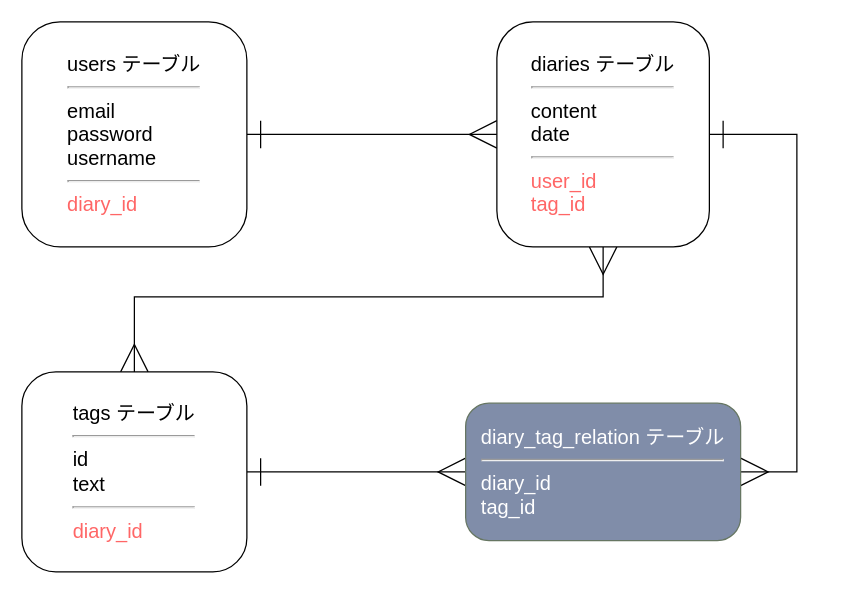
Earlier version of the draw.io diagram er.drawio (tysmmsy/one_line_a_day). Source tidied: cells renumbered, new cells numbered last; positions are measured from the earlier drawing's top-left corner, leaving out a move shared by most shapes. Both pictures are drawn from the tidied source at 125%, with x=0, y=0 at pixel (21, 21).
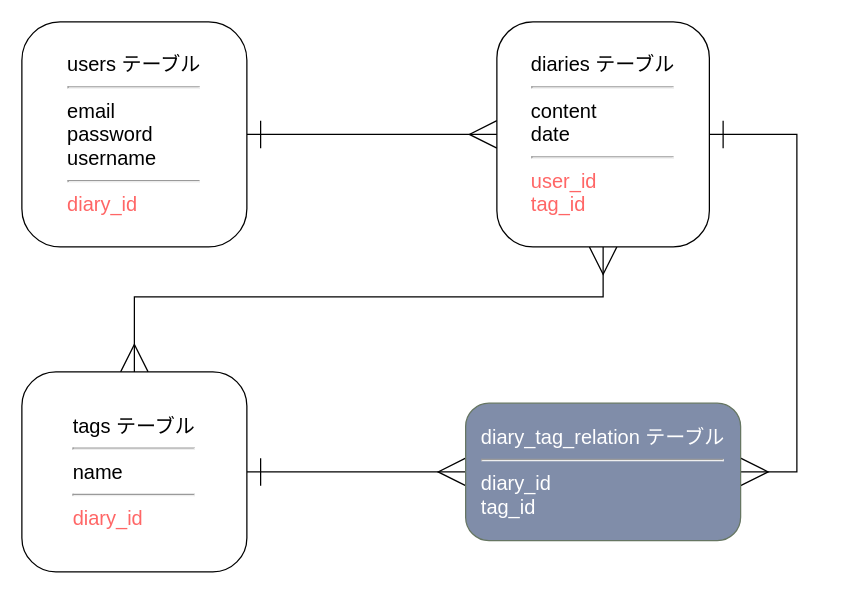
After the change.

Diff of the diagram source:
```diff
@@
 <mxGraphModel>
   <root>
     <mxCell id="0" />
     <mxCell id="1" parent="0" />
     <mxCell id="2" style="edgeStyle=orthogonalEdgeStyle;rounded=0;jettySize=auto;html=1;entryX=0;entryY=0.5;entryDx=0;entryDy=0;fontSize=16;endArrow=ERmany;endFill=0;endSize=20;startArrow=ERone;startFill=0;startSize=20;" parent="1" edge="1" source="3" target="6">
       <mxGeometry relative="1" as="geometry" />
     </mxCell>
     <mxCell id="3" value="&lt;div style=&quot;font-size: 16px&quot;&gt;&lt;span style=&quot;font-size: 16px&quot;&gt;users テーブル&lt;/span&gt;&lt;br style=&quot;font-size: 16px&quot;&gt;&lt;/div&gt;&lt;div style=&quot;font-size: 16px&quot;&gt;&lt;/div&gt;&lt;hr style=&quot;text-align: left&quot;&gt;&lt;div style=&quot;font-size: 16px&quot;&gt;&lt;div style=&quot;text-align: left ; font-size: 16px&quot;&gt;&lt;span style=&quot;font-size: 16px&quot;&gt;email&lt;/span&gt;&lt;/div&gt;&lt;span style=&quot;font-size: 16px&quot;&gt;&lt;div style=&quot;text-align: left ; font-size: 16px&quot;&gt;&lt;span style=&quot;font-size: 16px&quot;&gt;password&lt;/span&gt;&lt;/div&gt;&lt;/span&gt;&lt;span style=&quot;font-size: 16px&quot;&gt;&lt;div style=&quot;text-align: left ; font-size: 16px&quot;&gt;&lt;span style=&quot;font-size: 16px&quot;&gt;username&lt;/span&gt;&lt;/div&gt;&lt;div style=&quot;font-size: 16px&quot;&gt;&lt;hr style=&quot;text-align: left&quot;&gt;&lt;font color=&quot;#ff6666&quot;&gt;&lt;div style=&quot;text-align: left&quot;&gt;&lt;span&gt;diary_id&lt;/span&gt;&lt;/div&gt;&lt;/font&gt;&lt;/div&gt;&lt;/span&gt;&lt;/div&gt;" style="rounded=1;whiteSpace=wrap;html=1;arcSize=17;align=center;verticalAlign=middle;fontSize=16;" parent="1" vertex="1">
       <mxGeometry width="180" height="180" as="geometry" />
     </mxCell>
     <mxCell id="4" style="edgeStyle=orthogonalEdgeStyle;rounded=0;jettySize=auto;html=1;startArrow=ERone;startFill=0;startSize=20;endArrow=ERmany;endFill=0;endSize=20;targetPerimeterSpacing=0;strokeWidth=1;fontSize=16;entryX=1;entryY=0.5;entryDx=0;entryDy=0;" parent="1" edge="1" source="6" target="9">
       <mxGeometry relative="1" as="geometry">
         <Array as="points">
           <mxPoint x="620" y="90" />
           <mxPoint x="620" y="360" />
         </Array>
       </mxGeometry>
     </mxCell>
     <mxCell id="5" style="edgeStyle=orthogonalEdgeStyle;rounded=0;jettySize=auto;html=1;entryX=0.5;entryY=0;entryDx=0;entryDy=0;startArrow=ERmany;startFill=0;startSize=20;endArrow=ERmany;endFill=0;endSize=20;targetPerimeterSpacing=0;strokeWidth=1;fontSize=16;" parent="1" edge="1" source="6" target="8">
       <mxGeometry relative="1" as="geometry">
         <Array as="points">
           <mxPoint x="465" y="220" />
           <mxPoint x="90" y="220" />
         </Array>
       </mxGeometry>
     </mxCell>
     <mxCell id="6" value="&lt;div&gt;&lt;span&gt;diaries テーブル&lt;/span&gt;&lt;/div&gt;&lt;div&gt;&lt;hr style=&quot;text-align: left&quot;&gt;&lt;/div&gt;&lt;div style=&quot;text-align: left ; font-size: 16px&quot;&gt;content&lt;/div&gt;&lt;div style=&quot;text-align: left ; font-size: 16px&quot;&gt;&lt;span style=&quot;font-size: 16px&quot;&gt;date&lt;/span&gt;&lt;/div&gt;&lt;div style=&quot;font-size: 16px&quot;&gt;&lt;hr style=&quot;text-align: left&quot;&gt;&lt;/div&gt;&lt;div style=&quot;text-align: left ; font-size: 16px&quot;&gt;&lt;span style=&quot;font-size: 16px&quot;&gt;&lt;font color=&quot;#ff6666&quot;&gt;user_id&lt;/font&gt;&lt;/span&gt;&lt;/div&gt;&lt;div style=&quot;text-align: left ; font-size: 16px&quot;&gt;&lt;span style=&quot;font-size: 16px&quot;&gt;&lt;font color=&quot;#ff6666&quot;&gt;tag_id&lt;/font&gt;&lt;/span&gt;&lt;/div&gt;" style="rounded=1;whiteSpace=wrap;html=1;arcSize=17;fontSize=16;verticalAlign=middle;align=center;" parent="1" vertex="1">
       <mxGeometry x="380" width="170" height="180" as="geometry" />
     </mxCell>
     <mxCell id="7" style="edgeStyle=orthogonalEdgeStyle;curved=1;rounded=0;jettySize=auto;html=1;entryX=0;entryY=0.5;entryDx=0;entryDy=0;startArrow=ERone;startFill=0;startSize=20;endArrow=ERmany;endFill=0;endSize=20;targetPerimeterSpacing=0;strokeWidth=1;fontSize=16;" parent="1" edge="1" source="8" target="9">
       <mxGeometry relative="1" as="geometry" />
     </mxCell>
-    <mxCell id="8" value="tags テーブル&lt;br&gt;&lt;hr style=&quot;text-align: left&quot;&gt;&lt;div style=&quot;text-align: left&quot;&gt;&lt;span&gt;id&lt;/span&gt;&lt;/div&gt;&lt;div style=&quot;text-align: left&quot;&gt;&lt;span&gt;text&lt;/span&gt;&lt;/div&gt;&lt;div style=&quot;text-align: left&quot;&gt;&lt;hr&gt;&lt;font color=&quot;#ff6666&quot;&gt;diary_id&lt;/font&gt;&lt;/div&gt;" style="rounded=1;whiteSpace=wrap;html=1;arcSize=17;fontSize=16;" parent="1" vertex="1">
+    <mxCell id="8" value="tags テーブル&lt;br&gt;&lt;hr style=&quot;text-align: left&quot;&gt;&lt;div style=&quot;text-align: left&quot;&gt;name&lt;/div&gt;&lt;div style=&quot;text-align: left&quot;&gt;&lt;hr&gt;&lt;font color=&quot;#ff6666&quot;&gt;diary_id&lt;/font&gt;&lt;/div&gt;" style="rounded=1;whiteSpace=wrap;html=1;arcSize=17;fontSize=16;" parent="1" vertex="1">
       <mxGeometry y="280" width="180" height="160" as="geometry" />
     </mxCell>
     <mxCell id="9" value="diary_tag_relation テーブル&lt;br&gt;&lt;hr style=&quot;text-align: left&quot;&gt;&lt;div style=&quot;text-align: left&quot;&gt;&lt;span&gt;diary_id&lt;/span&gt;&lt;/div&gt;&lt;div style=&quot;text-align: left&quot;&gt;tag_id&lt;/div&gt;" style="rounded=1;whiteSpace=wrap;html=1;arcSize=17;fontSize=16;fillColor=#808DA9;strokeColor=#667662;fontColor=#ffffff;" parent="1" vertex="1">
       <mxGeometry x="355" y="305" width="220" height="110" as="geometry" />
     </mxCell>
   </root>
 </mxGraphModel>
```
